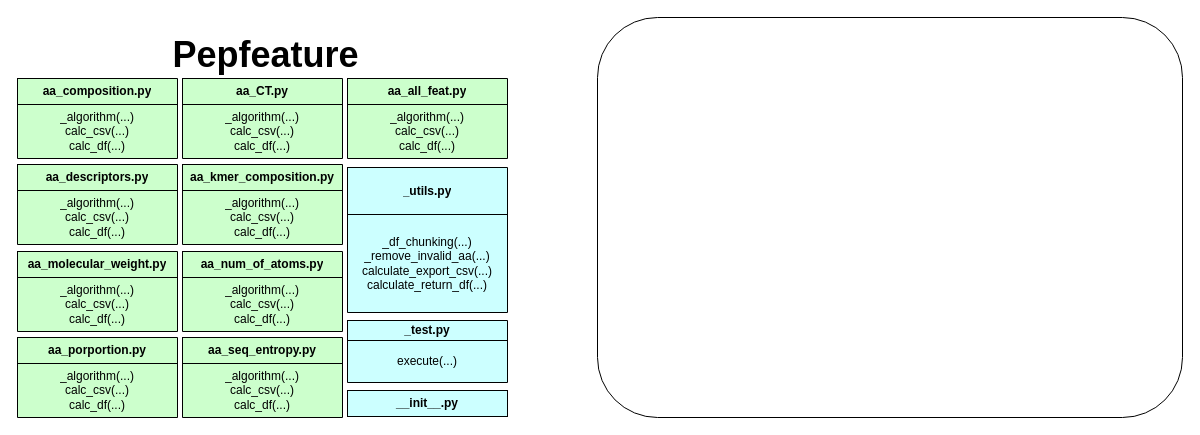
This is page "modules & functions" (1 of 2) of FYP files/Diagrams/module diagram.drawio from efr-essakhan/pepfeature, a draw.io file, before an edit. Source tidied: cells renumbered, new cells numbered last; positions are measured from the earlier drawing's top-left corner, leaving out a move shared by most shapes. Both pictures are drawn from the tidied source at 100%, with x=0, y=0 at pixel (17, 17).
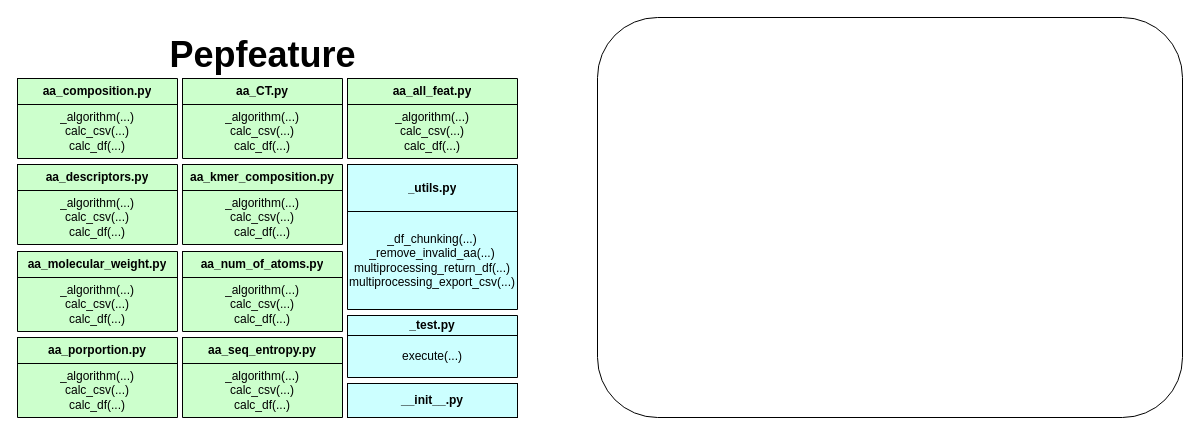
The same page after the edit.

The edit, as a diff of the source:
```diff
@@
     <mxCell id="7" style="shape=table;html=1;whiteSpace=wrap;startSize=0;childLayout=tableLayout;fillColor=#CCFFCC;" parent="1" vertex="1">
-      <mxGeometry x="330" y="61" width="160" height="80" as="geometry" />
+      <mxGeometry x="330" y="61" width="170" height="80" as="geometry" />
     </mxCell>
     <mxCell id="8" style="shape=partialRectangle;html=1;whiteSpace=wrap;fillColor=none;top=0;left=0;bottom=0;right=0;" parent="7" vertex="1">
-      <mxGeometry width="160" height="26" as="geometry" />
+      <mxGeometry width="170" height="26" as="geometry" />
     </mxCell>
     <mxCell id="9" value="&lt;b&gt;aa_all_feat.py&lt;/b&gt;" style="shape=partialRectangle;html=1;whiteSpace=wrap;overflow=hidden;fillColor=none;top=0;left=0;bottom=0;right=0;" parent="8" vertex="1">
-      <mxGeometry width="160" height="26" as="geometry" />
+      <mxGeometry width="170" height="26" as="geometry" />
     </mxCell>
     <mxCell id="10" style="shape=partialRectangle;html=1;whiteSpace=wrap;fillColor=none;top=0;left=0;bottom=0;right=0;" parent="7" vertex="1">
-      <mxGeometry y="26" width="160" height="54" as="geometry" />
+      <mxGeometry y="26" width="170" height="54" as="geometry" />
     </mxCell>
     <mxCell id="11" value="_algorithm(...)&lt;br&gt;calc_csv(...)&lt;br&gt;calc_df(...)" style="shape=partialRectangle;html=1;whiteSpace=wrap;overflow=hidden;fillColor=none;top=0;left=0;bottom=0;right=0;" parent="10" vertex="1">
-      <mxGeometry width="160" height="54" as="geometry" />
+      <mxGeometry width="170" height="54" as="geometry" />
     </mxCell>
@@
     <mxCell id="47" style="shape=table;html=1;whiteSpace=wrap;startSize=0;childLayout=tableLayout;fillColor=#CCFFFF;" parent="1" vertex="1">
-      <mxGeometry x="330" y="150" width="160" height="145" as="geometry" />
+      <mxGeometry x="330" y="147" width="170" height="145" as="geometry" />
     </mxCell>
     <mxCell id="48" style="shape=partialRectangle;html=1;whiteSpace=wrap;fillColor=none;top=0;left=0;bottom=0;right=0;" parent="47" vertex="1">
-      <mxGeometry width="160" height="47" as="geometry" />
+      <mxGeometry width="170" height="47" as="geometry" />
     </mxCell>
     <mxCell id="49" value="&lt;b&gt;_utils.py&lt;/b&gt;" style="shape=partialRectangle;html=1;whiteSpace=wrap;overflow=hidden;fillColor=none;top=0;left=0;bottom=0;right=0;" parent="48" vertex="1">
-      <mxGeometry width="160" height="47" as="geometry" />
+      <mxGeometry width="170" height="47" as="geometry" />
     </mxCell>
     <mxCell id="50" style="shape=partialRectangle;html=1;whiteSpace=wrap;fillColor=none;top=0;left=0;bottom=0;right=0;" parent="47" vertex="1">
-      <mxGeometry y="47" width="160" height="98" as="geometry" />
+      <mxGeometry y="47" width="170" height="98" as="geometry" />
     </mxCell>
-    <mxCell id="51" value="_df_chunking(...)&lt;br&gt;_remove_invalid_aa(...)&lt;br&gt;calculate_export_csv(...)&lt;br&gt;calculate_return_df(...)" style="shape=partialRectangle;html=1;whiteSpace=wrap;overflow=hidden;fillColor=none;top=0;left=0;bottom=0;right=0;" parent="50" vertex="1">
-      <mxGeometry width="160" height="98" as="geometry" />
+    <mxCell id="51" value="_df_chunking(...)&lt;br&gt;_remove_invalid_aa(...)&lt;br&gt;multiprocessing_return_df(...)&lt;br&gt;multiprocessing_export_csv(...)" style="shape=partialRectangle;html=1;whiteSpace=wrap;overflow=hidden;fillColor=none;top=0;left=0;bottom=0;right=0;" parent="50" vertex="1">
+      <mxGeometry width="170" height="98" as="geometry" />
     </mxCell>
     <mxCell id="52" style="shape=table;html=1;whiteSpace=wrap;startSize=0;childLayout=tableLayout;fillColor=#CCFFFF;" parent="1" vertex="1">
-      <mxGeometry x="330" y="303" width="160" height="62" as="geometry" />
+      <mxGeometry x="330" y="298" width="170" height="62" as="geometry" />
     </mxCell>
     <mxCell id="53" style="shape=partialRectangle;html=1;whiteSpace=wrap;fillColor=none;top=0;left=0;bottom=0;right=0;" parent="52" vertex="1">
-      <mxGeometry width="160" height="20" as="geometry" />
+      <mxGeometry width="170" height="20" as="geometry" />
     </mxCell>
     <mxCell id="54" value="&lt;b&gt;_test.py&lt;/b&gt;" style="shape=partialRectangle;html=1;whiteSpace=wrap;overflow=hidden;fillColor=none;top=0;left=0;bottom=0;right=0;" parent="53" vertex="1">
-      <mxGeometry width="160" height="20" as="geometry" />
+      <mxGeometry width="170" height="20" as="geometry" />
     </mxCell>
     <mxCell id="55" style="shape=partialRectangle;html=1;whiteSpace=wrap;fillColor=none;top=0;left=0;bottom=0;right=0;" parent="52" vertex="1">
-      <mxGeometry y="20" width="160" height="42" as="geometry" />
+      <mxGeometry y="20" width="170" height="42" as="geometry" />
     </mxCell>
     <mxCell id="56" value="execute(...)" style="shape=partialRectangle;html=1;whiteSpace=wrap;overflow=hidden;fillColor=none;top=0;left=0;bottom=0;right=0;" parent="55" vertex="1">
-      <mxGeometry width="160" height="42" as="geometry" />
+      <mxGeometry width="170" height="42" as="geometry" />
     </mxCell>
     <mxCell id="57" value="&lt;b&gt;__init__.py&lt;/b&gt;" style="rounded=0;whiteSpace=wrap;html=1;fillColor=#CCFFFF;" parent="1" vertex="1">
-      <mxGeometry x="330" y="373" width="160" height="26" as="geometry" />
+      <mxGeometry x="330" y="366" width="170" height="34" as="geometry" />
     </mxCell>
@@
     <mxCell id="59" value="&lt;b&gt;&lt;font style=&quot;font-size: 36px&quot;&gt;Pepfeature&lt;/font&gt;&lt;/b&gt;" style="text;html=1;align=center;verticalAlign=middle;strokeColor=none;fontSize=30;" parent="1" vertex="1">
-      <mxGeometry x="147.5" y="22" width="200" height="30" as="geometry" />
+      <mxGeometry x="145" y="22" width="200" height="30" as="geometry" />
     </mxCell>
```
